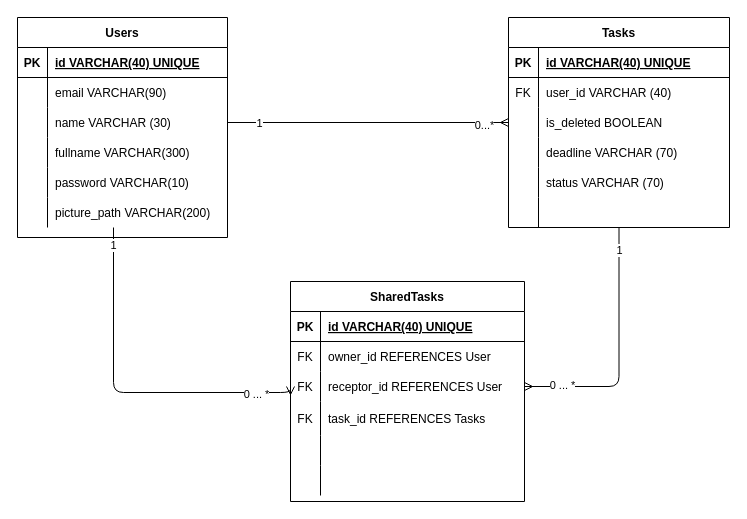
Above: page "Database diagram" (2 of 4) of doc/diagrams/todo-list-spring.drawio in MauricioBarbosa/Todo-List-Spring (draw.io), before the change. Source tidied: cells renumbered, new cells numbered last; positions are measured from the earlier drawing's top-left corner, leaving out a move shared by most shapes. Both pictures are drawn from the tidied source at 100%, with x=0, y=0 at pixel (17, 17).
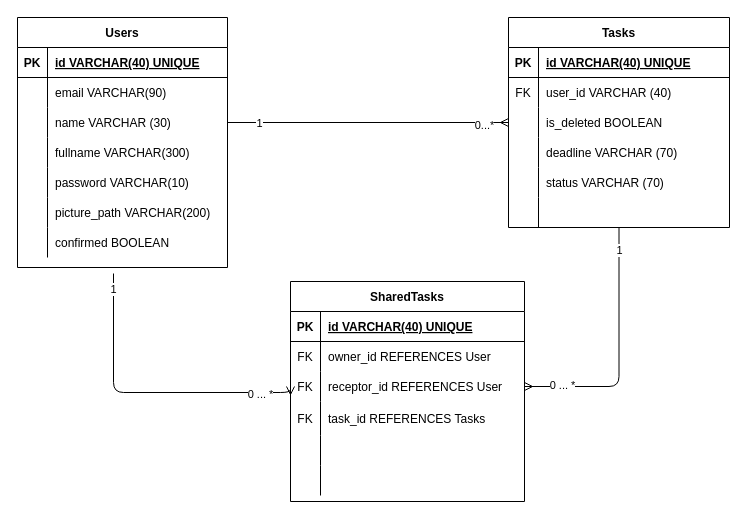
Above is the later version.

Unchanged cells that the change refers to:
```xml
<mxCell id="18" style="shape=tableRow;horizontal=0;startSize=0;swimlaneHead=0;swimlaneBody=0;fillColor=none;points=[[0,0.5],[1,0.5]];portConstraint=eastwest;top=0;left=0;right=0;bottom=0;" parent="2" vertex="1">
  <mxGeometry y="180" width="210" height="30" as="geometry" />
</mxCell>
<mxCell id="53" style="shape=tableRow;horizontal=0;startSize=0;swimlaneHead=0;swimlaneBody=0;fillColor=none;points=[[0,0.5],[1,0.5]];portConstraint=eastwest;top=0;left=0;right=0;bottom=0;" parent="46" vertex="1">
  <mxGeometry y="90" width="234" height="30" as="geometry" />
</mxCell>
```

The edit, as a diff of the source:
```diff
@@
     <mxCell id="2" value="Users" style="shape=table;startSize=30;childLayout=tableLayout;rowLines=0;fontStyle=1;align=center;" parent="1" vertex="1">
-      <mxGeometry width="210" height="220" as="geometry" />
+      <mxGeometry width="210" height="250" as="geometry" />
     </mxCell>
@@
+    <mxCell id="68" style="shape=tableRow;horizontal=0;startSize=0;swimlaneHead=0;swimlaneBody=0;fillColor=none;top=0;left=0;right=0;bottom=0;" parent="2" vertex="1">
+      <mxGeometry y="210" width="210" height="30" as="geometry" />
+    </mxCell>
+    <mxCell id="69" style="shape=partialRectangle;fillColor=none;top=0;left=0;bottom=0;right=0;overflow=hidden;" parent="68" vertex="1">
+      <mxGeometry width="30" height="30" as="geometry" />
+    </mxCell>
+    <mxCell id="70" value="confirmed BOOLEAN" style="shape=partialRectangle;fillColor=none;top=0;left=0;bottom=0;right=0;align=left;spacingLeft=6;overflow=hidden;" parent="68" vertex="1">
+      <mxGeometry x="30" width="180" height="30" as="geometry" />
+    </mxCell>
@@
-    <mxCell id="65" style="edgeStyle=orthogonalEdgeStyle;html=1;entryX=0;entryY=0.5;entryDx=0;entryDy=0;endArrow=ERmany;endFill=0;" parent="1" edge="1" source="18" target="53">
+    <mxCell id="65" style="edgeStyle=orthogonalEdgeStyle;html=1;entryX=0;entryY=0.5;entryDx=0;entryDy=0;endArrow=ERmany;endFill=0;" parent="1" edge="1" target="53">
       <mxGeometry relative="1" as="geometry">
+        <mxPoint x="96" y="256" as="sourcePoint" />
         <Array as="points">
           <mxPoint x="96" y="375" />
           <mxPoint x="273" y="375" />
         </Array>
       </mxGeometry>
     </mxCell>
```
